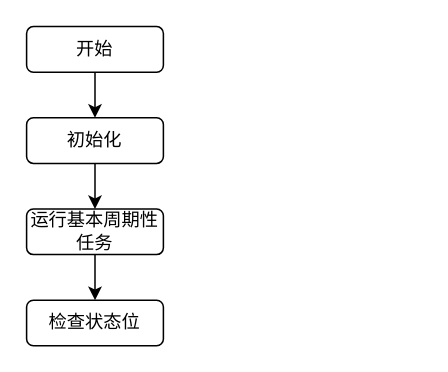
xiaokai1213/bms_fc_project_251005 keeps this draw.io diagram as information/流程图/流程.drawio. Above is the earlier version. Source tidied: cells renumbered, new cells numbered last; positions are measured from the earlier drawing's top-left corner, leaving out a move shared by most shapes. Both pictures are drawn from the tidied source at 152%, with x=0, y=0 at pixel (26, 26).
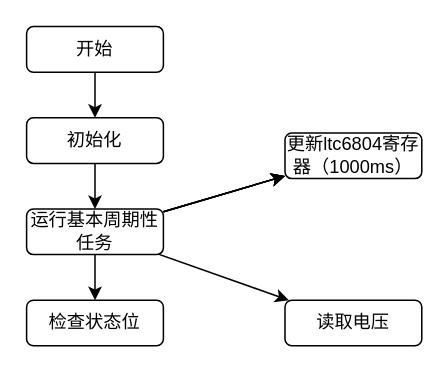
After the change.

Commit message (it also covers changes not shown here):
``` feat(information): 更新流程图添加LTC6804寄存器更新和电压读取功能

- 调整了流程图的显示参数(dx从186调整为286，dy从254调整为244)
- 添加了"更新ltc6804寄存器(1000ms)"节点，位于坐标(590,260)
- 添加了"读取电压"节点，位于坐标(590,370)
- 建立了多个连接线，将"运行基本周期性任务"节点与新添加的功能节点相连
- 优化了流程图的布局结构
```

Diff of the diagram source:
```diff
@@
 <mxGraphModel>
   <root>
     <mxCell id="0" />
     <mxCell id="1" parent="0" />
     <mxCell id="2" style="edgeStyle=none;html=1;" parent="1" edge="1" source="3" target="5">
       <mxGeometry relative="1" as="geometry" />
     </mxCell>
     <mxCell id="3" value="开始" style="rounded=1;whiteSpace=wrap;html=1;" parent="1" vertex="1">
       <mxGeometry width="90" height="30" as="geometry" />
     </mxCell>
     <mxCell id="4" style="edgeStyle=none;html=1;" parent="1" edge="1" source="5" target="7">
       <mxGeometry relative="1" as="geometry" />
     </mxCell>
     <mxCell id="5" value="初始化" style="whiteSpace=wrap;html=1;rounded=1;" parent="1" vertex="1">
       <mxGeometry y="60" width="90" height="30" as="geometry" />
     </mxCell>
     <mxCell id="6" style="edgeStyle=none;html=1;" parent="1" edge="1" source="7" target="8">
       <mxGeometry relative="1" as="geometry" />
     </mxCell>
+    <mxCell id="9" style="edgeStyle=none;html=1;" parent="1" edge="1" source="7" target="14">
+      <mxGeometry relative="1" as="geometry" />
+    </mxCell>
+    <mxCell id="10" style="edgeStyle=none;html=1;" parent="1" edge="1" source="7" target="15">
+      <mxGeometry relative="1" as="geometry" />
+    </mxCell>
+    <mxCell id="11" style="edgeStyle=none;html=1;" parent="1" edge="1" source="7" target="14">
+      <mxGeometry relative="1" as="geometry" />
+    </mxCell>
+    <mxCell id="12" style="edgeStyle=none;html=1;" parent="1" edge="1" source="7" target="14">
+      <mxGeometry relative="1" as="geometry" />
+    </mxCell>
+    <mxCell id="13" style="edgeStyle=none;html=1;" parent="1" edge="1" source="7" target="14">
+      <mxGeometry relative="1" as="geometry" />
+    </mxCell>
     <mxCell id="7" value="运行基本周期性任务" style="whiteSpace=wrap;html=1;rounded=1;" parent="1" vertex="1">
       <mxGeometry y="120" width="90" height="30" as="geometry" />
     </mxCell>
     <mxCell id="8" value="检查状态位" style="whiteSpace=wrap;html=1;rounded=1;" parent="1" vertex="1">
       <mxGeometry y="180" width="90" height="30" as="geometry" />
     </mxCell>
+    <mxCell id="14" value="更新ltc6804寄存器（1000ms）" style="whiteSpace=wrap;html=1;rounded=1;" parent="1" vertex="1">
+      <mxGeometry x="170" y="70" width="90" height="30" as="geometry" />
+    </mxCell>
+    <mxCell id="15" value="读取电压" style="whiteSpace=wrap;html=1;rounded=1;" parent="1" vertex="1">
+      <mxGeometry x="170" y="180" width="90" height="30" as="geometry" />
+    </mxCell>
   </root>
 </mxGraphModel>
```
